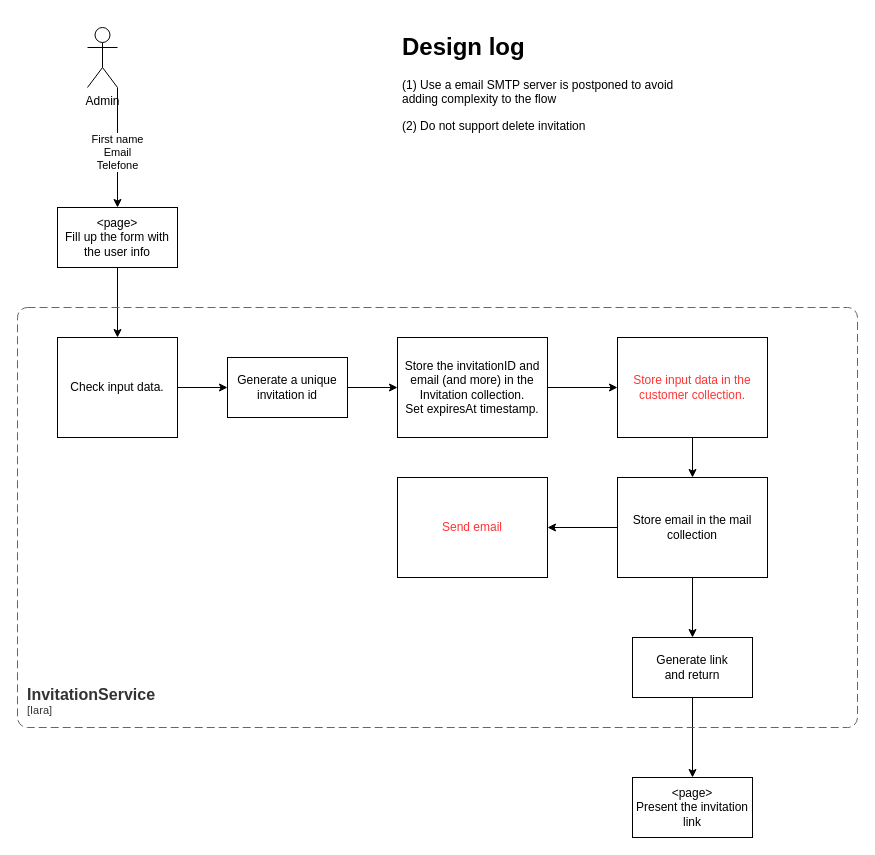
Before: page "Invitation Flow" (2 of 11) of doc/MER.drawio in leucir/iara-web, a draw.io diagram. Source tidied: cells renumbered, new cells numbered last; positions are measured from the earlier drawing's top-left corner, leaving out a move shared by most shapes. Both pictures are drawn from the tidied source at 100%, with x=0, y=0 at pixel (17, 27).
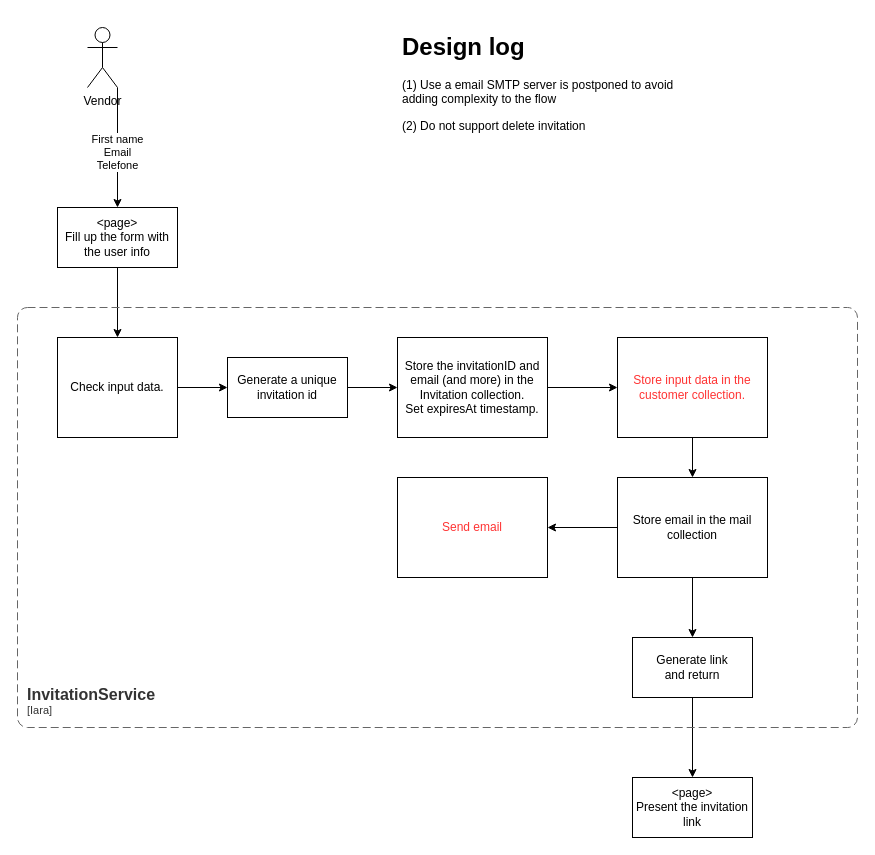
After the change.

Diff of the diagram source:
```diff
@@
-    <mxCell id="3" value="Admin" style="shape=umlActor;verticalLabelPosition=bottom;verticalAlign=top;html=1;outlineConnect=0;" parent="1" vertex="1">
+    <mxCell id="3" value="Vendor" style="shape=umlActor;verticalLabelPosition=bottom;verticalAlign=top;html=1;outlineConnect=0;" parent="1" vertex="1">
       <mxGeometry x="70" width="30" height="60" as="geometry" />
     </mxCell>
```
